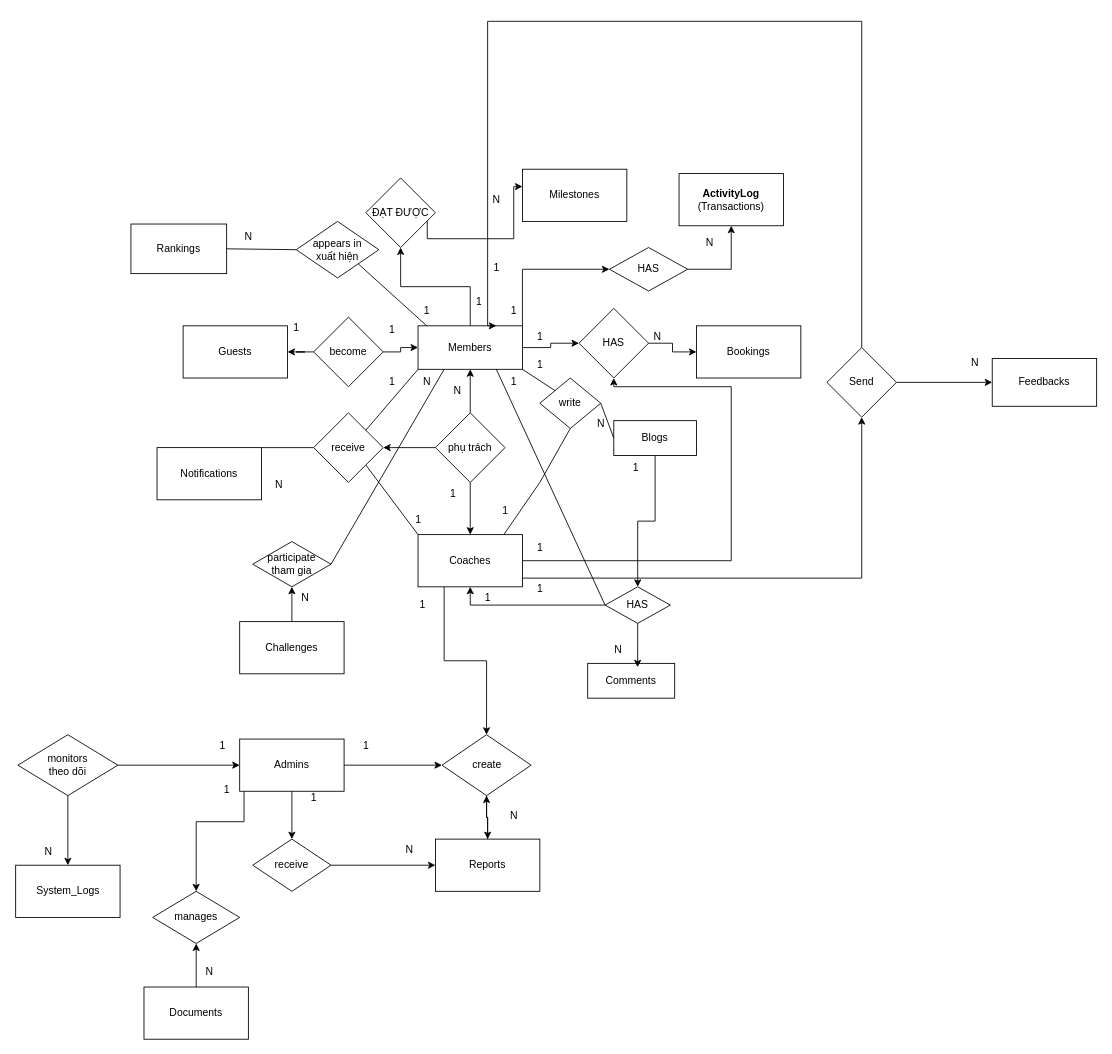
The draw.io diagram ERD_PROJECT.drawio in trlamm1505/Smoking-Cessation-Support-Platform, before the edit. Source tidied: cells renumbered, new cells numbered last; positions are measured from the earlier drawing's top-left corner, leaving out a move shared by most shapes. Both pictures are drawn from the tidied source at 87%, with x=0, y=0 at pixel (16, 21).
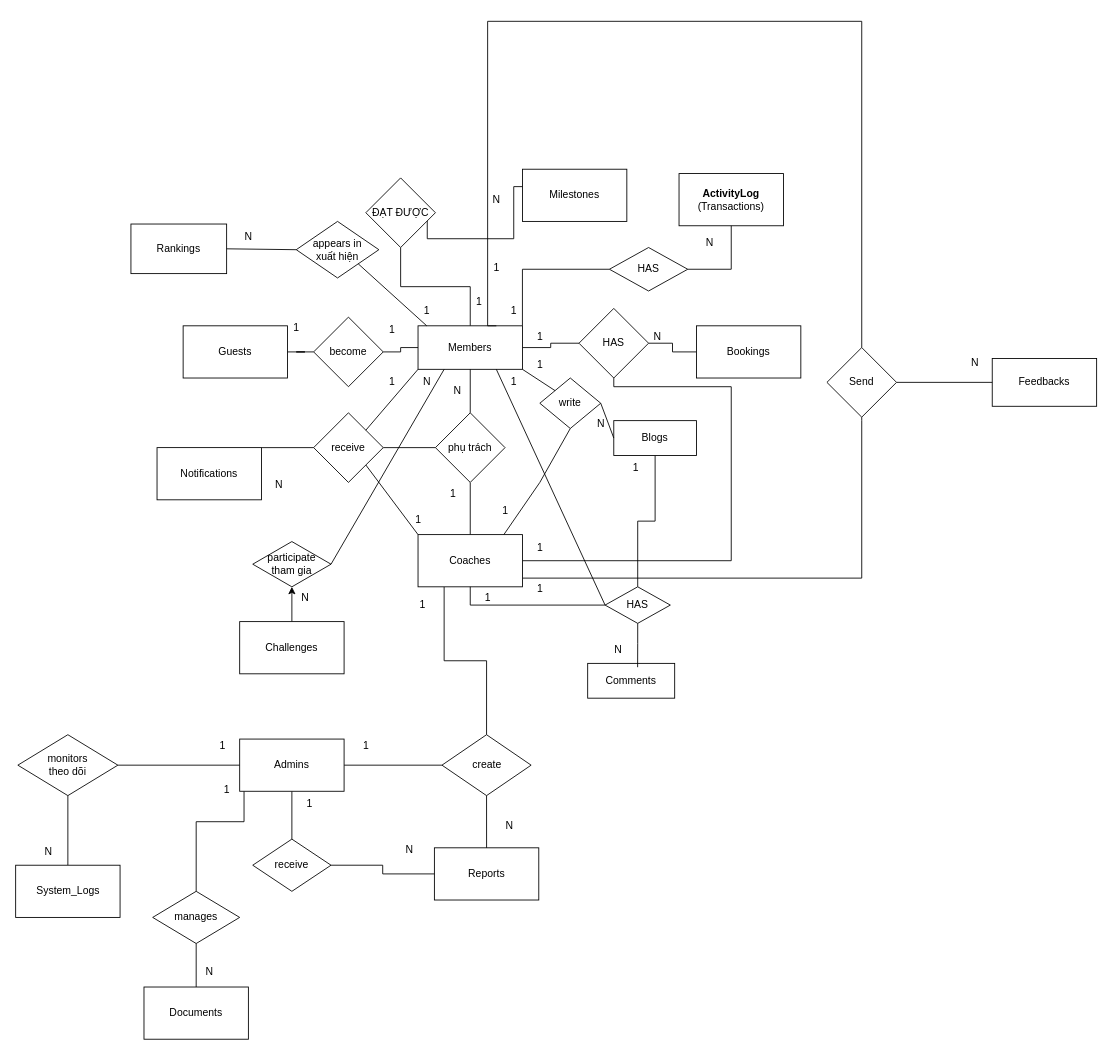
Above is the later version.

Unchanged cells that the change refers to:
```xml
<mxCell id="2" value="Guests" style="rounded=0;whiteSpace=wrap;html=1;" parent="1" vertex="1">
  <mxGeometry x="192" y="350" width="120" height="60" as="geometry" />
</mxCell>
<mxCell id="5" value="Feedbacks" style="rounded=0;whiteSpace=wrap;html=1;" parent="1" vertex="1">
  <mxGeometry x="1122" y="387.5" width="120" height="55" as="geometry" />
</mxCell>
<mxCell id="9" value="Members" style="rounded=0;whiteSpace=wrap;html=1;" parent="1" vertex="1">
  <mxGeometry x="462" y="350" width="120" height="50" as="geometry" />
</mxCell>
<mxCell id="12" value="become" style="rhombus;whiteSpace=wrap;html=1;" parent="1" vertex="1">
  <mxGeometry x="342" y="340" width="80" height="80" as="geometry" />
</mxCell>
<mxCell id="18" value="phụ trách" style="rhombus;whiteSpace=wrap;html=1;" parent="1" vertex="1">
  <mxGeometry x="482" y="450" width="80" height="80" as="geometry" />
</mxCell>
<mxCell id="22" value="Coaches" style="rounded=0;whiteSpace=wrap;html=1;" parent="1" vertex="1">
  <mxGeometry x="462" y="590" width="120" height="60" as="geometry" />
</mxCell>
<mxCell id="26" value="HAS" style="rhombus;whiteSpace=wrap;html=1;" parent="1" vertex="1">
  <mxGeometry x="647" y="330" width="80" height="80" as="geometry" />
</mxCell>
<mxCell id="27" value="Bookings" style="rounded=0;whiteSpace=wrap;html=1;" parent="1" vertex="1">
  <mxGeometry x="782" y="350" width="120" height="60" as="geometry" />
</mxCell>
<mxCell id="32" value="ĐẠT ĐƯỢC" style="rhombus;whiteSpace=wrap;html=1;" parent="1" vertex="1">
  <mxGeometry x="402" y="180" width="80" height="80" as="geometry" />
</mxCell>
<mxCell id="41" value="receive" style="rhombus;whiteSpace=wrap;html=1;" parent="1" vertex="1">
  <mxGeometry x="342" y="450" width="80" height="80" as="geometry" />
</mxCell>
<mxCell id="49" value="Blogs" style="rounded=0;whiteSpace=wrap;html=1;" parent="1" vertex="1">
  <mxGeometry x="687" y="459" width="95" height="40" as="geometry" />
</mxCell>
<mxCell id="58" value="HAS" style="rhombus;whiteSpace=wrap;html=1;" parent="1" vertex="1">
  <mxGeometry x="677" y="650" width="75" height="42" as="geometry" />
</mxCell>
<mxCell id="59" value="Comments" style="rounded=0;whiteSpace=wrap;html=1;" parent="1" vertex="1">
  <mxGeometry x="657" y="738" width="100" height="40" as="geometry" />
</mxCell>
<mxCell id="72" value="&lt;div&gt;&lt;strong&gt;ActivityLog&lt;/strong&gt;&lt;br&gt;&lt;/div&gt;(Transactions)" style="rounded=0;whiteSpace=wrap;html=1;" parent="1" vertex="1">
  <mxGeometry x="762" y="175" width="120" height="60" as="geometry" />
</mxCell>
<mxCell id="74" value="HAS" style="rhombus;whiteSpace=wrap;html=1;" parent="1" vertex="1">
  <mxGeometry x="682" y="260" width="90" height="50" as="geometry" />
</mxCell>
<mxCell id="79" value="Send" style="rhombus;whiteSpace=wrap;html=1;" parent="1" vertex="1">
  <mxGeometry x="932" y="375" width="80" height="80" as="geometry" />
</mxCell>
<mxCell id="86" value="create" style="rhombus;whiteSpace=wrap;html=1;" parent="1" vertex="1">
  <mxGeometry x="489.5" y="820" width="102.5" height="70" as="geometry" />
</mxCell>
<mxCell id="92" value="Admins" style="rounded=0;whiteSpace=wrap;html=1;" parent="1" vertex="1">
  <mxGeometry x="257" y="825" width="120" height="60" as="geometry" />
</mxCell>
<mxCell id="96" value="monitors&lt;div&gt;theo dõi&lt;/div&gt;" style="rhombus;whiteSpace=wrap;html=1;" parent="1" vertex="1">
  <mxGeometry x="2" y="820" width="115" height="70" as="geometry" />
</mxCell>
<mxCell id="97" value="System_Logs" style="rounded=0;whiteSpace=wrap;html=1;" parent="1" vertex="1">
  <mxGeometry x="-0.5" y="970" width="120" height="60" as="geometry" />
</mxCell>
<mxCell id="101" value="receive" style="rhombus;whiteSpace=wrap;html=1;" parent="1" vertex="1">
  <mxGeometry x="272" y="940" width="90" height="60" as="geometry" />
</mxCell>
<mxCell id="104" value="manages" style="rhombus;whiteSpace=wrap;html=1;" parent="1" vertex="1">
  <mxGeometry x="157" y="1000" width="100" height="60" as="geometry" />
</mxCell>
<mxCell id="107" value="Documents" style="rounded=0;whiteSpace=wrap;html=1;" parent="1" vertex="1">
  <mxGeometry x="147" y="1110" width="120" height="60" as="geometry" />
</mxCell>
```

What changed in the source:
```diff
@@
-    <mxCell id="6" style="edgeStyle=orthogonalEdgeStyle;rounded=0;jettySize=auto;html=1;" parent="1" edge="1" source="9" target="26">
+    <mxCell id="6" style="edgeStyle=orthogonalEdgeStyle;rounded=0;jettySize=auto;html=1;endArrow=none;startFill=0;" parent="1" edge="1" source="9" target="26">
       <mxGeometry relative="1" as="geometry" />
     </mxCell>
-    <mxCell id="7" style="edgeStyle=orthogonalEdgeStyle;rounded=0;jettySize=auto;html=1;endArrow=classic;endFill=1;" parent="1" edge="1" source="9" target="32">
+    <mxCell id="7" style="edgeStyle=orthogonalEdgeStyle;rounded=0;jettySize=auto;html=1;endArrow=none;endFill=1;startFill=0;" parent="1" edge="1" source="9" target="32">
       <mxGeometry relative="1" as="geometry" />
     </mxCell>
-    <mxCell id="8" style="edgeStyle=orthogonalEdgeStyle;rounded=0;jettySize=auto;html=1;exitX=1;exitY=0;exitDx=0;exitDy=0;entryX=0;entryY=0.5;entryDx=0;entryDy=0;endArrow=classic;endFill=1;" parent="1" edge="1" source="9" target="74">
+    <mxCell id="8" style="edgeStyle=orthogonalEdgeStyle;rounded=0;jettySize=auto;html=1;exitX=1;exitY=0;exitDx=0;exitDy=0;entryX=0;entryY=0.5;entryDx=0;entryDy=0;endArrow=none;endFill=1;startFill=0;" parent="1" edge="1" source="9" target="74">
       <mxGeometry relative="1" as="geometry" />
     </mxCell>
@@
-    <mxCell id="10" style="edgeStyle=orthogonalEdgeStyle;rounded=0;jettySize=auto;html=1;" parent="1" edge="1" source="12" target="9">
+    <mxCell id="10" style="edgeStyle=orthogonalEdgeStyle;rounded=0;jettySize=auto;html=1;endArrow=none;startFill=0;" parent="1" edge="1" source="12" target="9">
       <mxGeometry relative="1" as="geometry" />
     </mxCell>
-    <mxCell id="11" style="edgeStyle=orthogonalEdgeStyle;rounded=0;jettySize=auto;html=1;" parent="1" edge="1" source="12" target="2">
+    <mxCell id="11" style="edgeStyle=orthogonalEdgeStyle;rounded=0;jettySize=auto;html=1;endArrow=none;startFill=0;strokeWidth=1;" parent="1" edge="1" source="12" target="2">
       <mxGeometry relative="1" as="geometry" />
     </mxCell>
@@
-    <mxCell id="15" style="edgeStyle=orthogonalEdgeStyle;rounded=0;jettySize=auto;html=1;" parent="1" edge="1" source="18" target="9">
+    <mxCell id="15" style="edgeStyle=orthogonalEdgeStyle;rounded=0;jettySize=auto;html=1;strokeWidth=1;endArrow=none;startFill=0;" parent="1" edge="1" source="18" target="9">
       <mxGeometry relative="1" as="geometry" />
     </mxCell>
-    <mxCell id="16" style="edgeStyle=orthogonalEdgeStyle;rounded=0;jettySize=auto;html=1;" parent="1" edge="1" source="18" target="22">
+    <mxCell id="16" style="edgeStyle=orthogonalEdgeStyle;rounded=0;jettySize=auto;html=1;endArrow=none;startFill=0;" parent="1" edge="1" source="18" target="22">
       <mxGeometry relative="1" as="geometry" />
     </mxCell>
-    <mxCell id="17" style="edgeStyle=orthogonalEdgeStyle;rounded=0;jettySize=auto;html=1;" parent="1" edge="1" source="18" target="41">
+    <mxCell id="17" style="edgeStyle=orthogonalEdgeStyle;rounded=0;jettySize=auto;html=1;endArrow=none;startFill=0;" parent="1" edge="1" source="18" target="41">
       <mxGeometry relative="1" as="geometry" />
     </mxCell>
@@
-    <mxCell id="19" style="edgeStyle=orthogonalEdgeStyle;rounded=0;jettySize=auto;html=1;entryX=0.5;entryY=1;entryDx=0;entryDy=0;endArrow=classic;endFill=1;" parent="1" edge="1" source="22" target="26">
+    <mxCell id="19" style="edgeStyle=orthogonalEdgeStyle;rounded=0;jettySize=auto;html=1;entryX=0.5;entryY=1;entryDx=0;entryDy=0;endArrow=none;endFill=1;startFill=0;" parent="1" edge="1" source="22" target="26">
       <mxGeometry relative="1" as="geometry">
         <Array as="points">
           <mxPoint x="822" y="620" />
           <mxPoint x="822" y="420" />
         </Array>
       </mxGeometry>
     </mxCell>
-    <mxCell id="20" style="edgeStyle=orthogonalEdgeStyle;rounded=0;jettySize=auto;html=1;entryX=0.5;entryY=1;entryDx=0;entryDy=0;endArrow=classic;endFill=1;" parent="1" edge="1" source="22" target="79">
+    <mxCell id="20" style="edgeStyle=orthogonalEdgeStyle;rounded=0;jettySize=auto;html=1;entryX=0.5;entryY=1;entryDx=0;entryDy=0;endArrow=none;endFill=1;startFill=0;" parent="1" edge="1" source="22" target="79">
       <mxGeometry relative="1" as="geometry">
         <Array as="points">
           <mxPoint x="972" y="640" />
           <mxPoint x="972" y="459" />
         </Array>
       </mxGeometry>
     </mxCell>
-    <mxCell id="21" style="edgeStyle=orthogonalEdgeStyle;rounded=0;jettySize=auto;html=1;entryX=0.5;entryY=0;entryDx=0;entryDy=0;endArrow=classic;endFill=1;" parent="1" edge="1" source="22" target="86">
+    <mxCell id="21" style="edgeStyle=orthogonalEdgeStyle;rounded=0;jettySize=auto;html=1;entryX=0.5;entryY=0;entryDx=0;entryDy=0;endArrow=none;endFill=1;startFill=0;" parent="1" edge="1" source="22" target="86">
       <mxGeometry relative="1" as="geometry">
         <Array as="points">
           <mxPoint x="492" y="735" />
           <mxPoint x="541" y="735" />
         </Array>
       </mxGeometry>
     </mxCell>
@@
-    <mxCell id="25" style="edgeStyle=orthogonalEdgeStyle;rounded=0;jettySize=auto;html=1;" parent="1" edge="1" source="26" target="27">
+    <mxCell id="25" style="edgeStyle=orthogonalEdgeStyle;rounded=0;jettySize=auto;html=1;endArrow=none;startFill=0;" parent="1" edge="1" source="26" target="27">
       <mxGeometry relative="1" as="geometry" />
     </mxCell>
@@
-    <mxCell id="31" style="edgeStyle=orthogonalEdgeStyle;rounded=0;orthogonalLoop=1;jettySize=auto;html=1;" parent="1" edge="1">
+    <mxCell id="31" style="edgeStyle=orthogonalEdgeStyle;rounded=0;orthogonalLoop=1;jettySize=auto;html=1;endArrow=none;startFill=0;strokeWidth=1;" parent="1" edge="1">
       <mxGeometry relative="1" as="geometry">
         <mxPoint x="472.6" y="219.4" as="sourcePoint" />
         <mxPoint x="582" y="190" as="targetPoint" />
         <Array as="points">
           <mxPoint x="572" y="249.9" />
           <mxPoint x="572" y="189.9" />
         </Array>
       </mxGeometry>
     </mxCell>
@@
-    <mxCell id="48" style="edgeStyle=orthogonalEdgeStyle;rounded=0;jettySize=auto;html=1;entryX=0.5;entryY=0;entryDx=0;entryDy=0;endArrow=classic;endFill=1;" parent="1" edge="1" source="49" target="58">
+    <mxCell id="48" style="edgeStyle=orthogonalEdgeStyle;rounded=0;jettySize=auto;html=1;entryX=0.5;entryY=0;entryDx=0;entryDy=0;endArrow=none;endFill=1;startFill=0;" parent="1" edge="1" source="49" target="58">
       <mxGeometry relative="1" as="geometry" />
     </mxCell>
@@
-    <mxCell id="57" style="edgeStyle=orthogonalEdgeStyle;rounded=0;jettySize=auto;html=1;entryX=0.5;entryY=1;entryDx=0;entryDy=0;endArrow=classic;endFill=1;" parent="1" edge="1" source="58" target="22">
+    <mxCell id="57" style="edgeStyle=orthogonalEdgeStyle;rounded=0;jettySize=auto;html=1;entryX=0.5;entryY=1;entryDx=0;entryDy=0;endArrow=none;endFill=1;startFill=0;" parent="1" edge="1" source="58" target="22">
       <mxGeometry relative="1" as="geometry" />
     </mxCell>
@@
-    <mxCell id="60" style="edgeStyle=orthogonalEdgeStyle;rounded=0;jettySize=auto;html=1;entryX=0.574;entryY=0.11;entryDx=0;entryDy=0;entryPerimeter=0;endArrow=classic;endFill=1;" parent="1" edge="1" source="58" target="59">
+    <mxCell id="60" style="edgeStyle=orthogonalEdgeStyle;rounded=0;jettySize=auto;html=1;entryX=0.574;entryY=0.11;entryDx=0;entryDy=0;entryPerimeter=0;endArrow=none;endFill=1;startFill=0;" parent="1" edge="1" source="58" target="59">
       <mxGeometry relative="1" as="geometry" />
     </mxCell>
@@
-    <mxCell id="73" style="edgeStyle=orthogonalEdgeStyle;rounded=0;jettySize=auto;html=1;exitX=1;exitY=0.5;exitDx=0;exitDy=0;entryX=0.5;entryY=1;entryDx=0;entryDy=0;endArrow=classic;endFill=1;" parent="1" edge="1" source="74" target="72">
+    <mxCell id="73" style="edgeStyle=orthogonalEdgeStyle;rounded=0;jettySize=auto;html=1;exitX=1;exitY=0.5;exitDx=0;exitDy=0;entryX=0.5;entryY=1;entryDx=0;entryDy=0;endArrow=none;endFill=1;startFill=0;" parent="1" edge="1" source="74" target="72">
       <mxGeometry relative="1" as="geometry" />
     </mxCell>
@@
-    <mxCell id="77" style="edgeStyle=orthogonalEdgeStyle;rounded=0;jettySize=auto;html=1;endArrow=classic;endFill=1;" parent="1" edge="1" source="79" target="5">
+    <mxCell id="77" style="edgeStyle=orthogonalEdgeStyle;rounded=0;jettySize=auto;html=1;endArrow=none;endFill=1;startFill=0;" parent="1" edge="1" source="79" target="5">
       <mxGeometry relative="1" as="geometry" />
     </mxCell>
-    <mxCell id="78" style="edgeStyle=orthogonalEdgeStyle;rounded=0;jettySize=auto;html=1;entryX=0.75;entryY=0;entryDx=0;entryDy=0;endArrow=classic;endFill=1;" parent="1" edge="1" source="79" target="9">
+    <mxCell id="78" style="edgeStyle=orthogonalEdgeStyle;rounded=0;jettySize=auto;html=1;entryX=0.75;entryY=0;entryDx=0;entryDy=0;endArrow=none;endFill=1;startFill=0;" parent="1" edge="1" source="79" target="9">
       <mxGeometry relative="1" as="geometry">
         <Array as="points">
           <mxPoint x="972" />
           <mxPoint x="542" />
           <mxPoint x="542" y="350" />
         </Array>
       </mxGeometry>
     </mxCell>
@@
-    <mxCell id="83" style="edgeStyle=orthogonalEdgeStyle;rounded=0;jettySize=auto;html=1;" parent="1" edge="1" source="84" target="86">
-      <mxGeometry relative="1" as="geometry" />
-    </mxCell>
     <mxCell id="84" value="Reports" style="rounded=0;whiteSpace=wrap;html=1;" parent="1" vertex="1">
-      <mxGeometry x="482" y="940" width="120" height="60" as="geometry" />
+      <mxGeometry x="480.8" y="950" width="120" height="60" as="geometry" />
     </mxCell>
-    <mxCell id="85" style="edgeStyle=orthogonalEdgeStyle;rounded=0;jettySize=auto;html=1;endArrow=classic;endFill=1;" parent="1" edge="1" source="86" target="84">
-      <mxGeometry relative="1" as="geometry" />
-    </mxCell>
@@
     <mxCell id="88" value="N" style="text;html=1;align=center;verticalAlign=middle;strokeColor=none;fillColor=none;" parent="1" vertex="1">
-      <mxGeometry x="557" y="898" width="30" height="30" as="geometry" />
+      <mxGeometry x="552" y="910" width="30" height="30" as="geometry" />
     </mxCell>
-    <mxCell id="89" style="edgeStyle=orthogonalEdgeStyle;rounded=0;jettySize=auto;html=1;endArrow=classic;endFill=1;" parent="1" edge="1" source="92" target="86">
+    <mxCell id="89" style="edgeStyle=orthogonalEdgeStyle;rounded=0;jettySize=auto;html=1;endArrow=none;endFill=1;startFill=0;" parent="1" edge="1" source="92" target="86">
       <mxGeometry relative="1" as="geometry" />
     </mxCell>
-    <mxCell id="90" style="edgeStyle=orthogonalEdgeStyle;rounded=0;jettySize=auto;html=1;entryX=0.5;entryY=0;entryDx=0;entryDy=0;endArrow=classic;endFill=1;" parent="1" edge="1" source="92" target="101">
+    <mxCell id="90" style="edgeStyle=orthogonalEdgeStyle;rounded=0;jettySize=auto;html=1;entryX=0.5;entryY=0;entryDx=0;entryDy=0;endArrow=none;endFill=1;startFill=0;strokeWidth=1;" parent="1" edge="1" source="92" target="101">
       <mxGeometry relative="1" as="geometry" />
     </mxCell>
-    <mxCell id="91" style="edgeStyle=orthogonalEdgeStyle;rounded=0;jettySize=auto;html=1;entryX=0.5;entryY=0;entryDx=0;entryDy=0;endArrow=classic;endFill=1;" parent="1" edge="1" source="92" target="104">
+    <mxCell id="91" style="edgeStyle=orthogonalEdgeStyle;rounded=0;jettySize=auto;html=1;entryX=0.5;entryY=0;entryDx=0;entryDy=0;endArrow=none;endFill=1;startFill=0;strokeWidth=1;" parent="1" edge="1" source="92" target="104">
       <mxGeometry relative="1" as="geometry">
         <Array as="points">
           <mxPoint x="262" y="920" />
           <mxPoint x="207" y="920" />
         </Array>
       </mxGeometry>
     </mxCell>
@@
-    <mxCell id="94" style="edgeStyle=orthogonalEdgeStyle;rounded=0;jettySize=auto;html=1;endArrow=classic;endFill=1;" parent="1" edge="1" source="96" target="92">
+    <mxCell id="94" style="edgeStyle=orthogonalEdgeStyle;rounded=0;jettySize=auto;html=1;endArrow=none;endFill=1;startFill=0;strokeWidth=1;" parent="1" edge="1" source="96" target="92">
       <mxGeometry relative="1" as="geometry" />
     </mxCell>
-    <mxCell id="95" style="edgeStyle=orthogonalEdgeStyle;rounded=0;jettySize=auto;html=1;endArrow=classic;endFill=1;" parent="1" edge="1" source="96" target="97">
+    <mxCell id="95" style="edgeStyle=orthogonalEdgeStyle;rounded=0;jettySize=auto;html=1;endArrow=none;endFill=1;startFill=0;strokeWidth=1;" parent="1" edge="1" source="96" target="97">
       <mxGeometry relative="1" as="geometry" />
     </mxCell>
@@
-    <mxCell id="100" style="edgeStyle=orthogonalEdgeStyle;rounded=0;jettySize=auto;html=1;entryX=0;entryY=0.5;entryDx=0;entryDy=0;endArrow=classic;endFill=1;" parent="1" edge="1" source="101" target="84">
+    <mxCell id="100" style="edgeStyle=orthogonalEdgeStyle;rounded=0;jettySize=auto;html=1;entryX=0;entryY=0.5;entryDx=0;entryDy=0;endArrow=none;endFill=1;startFill=0;" parent="1" edge="1" source="101" target="84">
       <mxGeometry relative="1" as="geometry" />
     </mxCell>
@@
     <mxCell id="102" value="1" style="text;html=1;align=center;verticalAlign=middle;strokeColor=none;fillColor=none;" parent="1" vertex="1">
-      <mxGeometry x="327" y="878" width="30" height="30" as="geometry" />
+      <mxGeometry x="322" y="885" width="30" height="30" as="geometry" />
     </mxCell>
@@
-    <mxCell id="106" style="edgeStyle=orthogonalEdgeStyle;rounded=0;jettySize=auto;html=1;" parent="1" edge="1" source="107" target="104">
+    <mxCell id="106" style="edgeStyle=orthogonalEdgeStyle;rounded=0;jettySize=auto;html=1;endArrow=none;startFill=0;strokeWidth=1;" parent="1" edge="1" source="107" target="104">
       <mxGeometry relative="1" as="geometry" />
     </mxCell>
@@
+    <mxCell id="83" style="endArrow=none;html=1;rounded=0;entryX=0.5;entryY=1;entryDx=0;entryDy=0;exitX=0.5;exitY=0;exitDx=0;exitDy=0;" parent="1" edge="1" source="84" target="86">
+      <mxGeometry relative="1" as="geometry" />
+    </mxCell>
```
